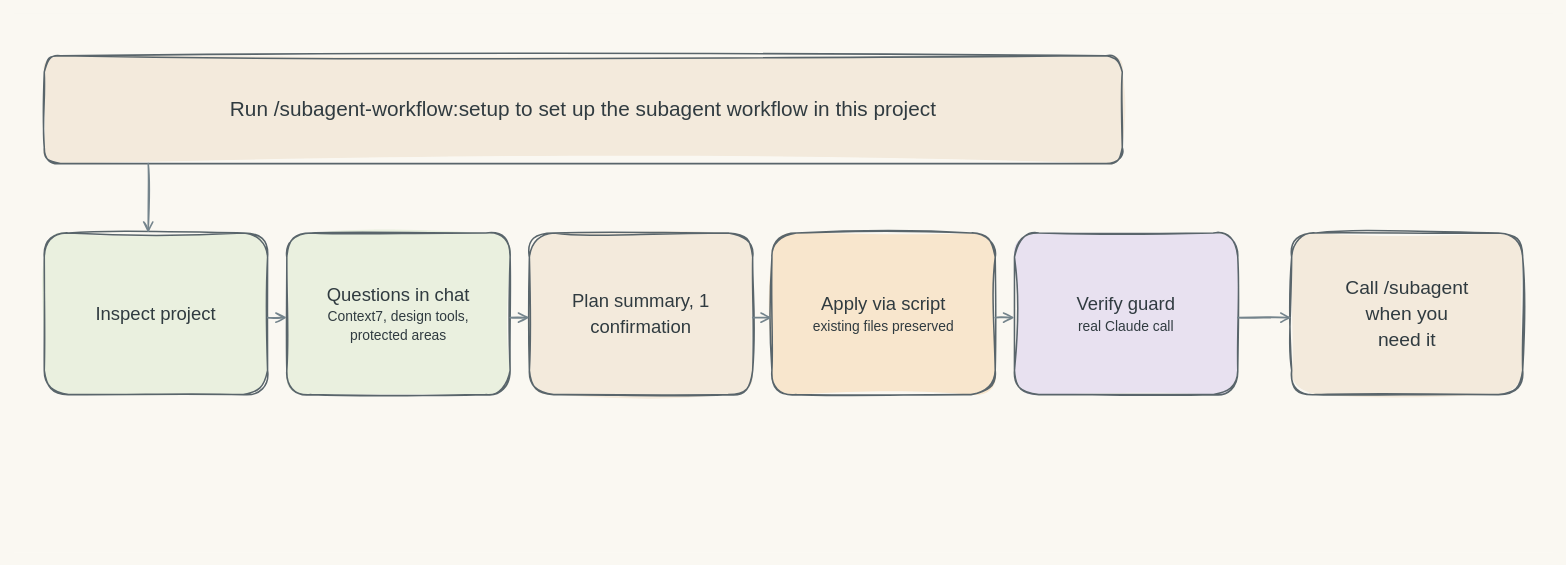
Earlier version of the draw.io diagram page "Installation (en)" (1 of 8) of docs/assets/drawio/all-diagrams.drawio (jbeat30/claude-subagent-workflow). Source tidied: cells renumbered, new cells numbered last; positions are measured from the earlier drawing's top-left corner, leaving out a move shared by most shapes. Both pictures are drawn from the tidied source at 77%, with x=0, y=0 at pixel (13, 13).
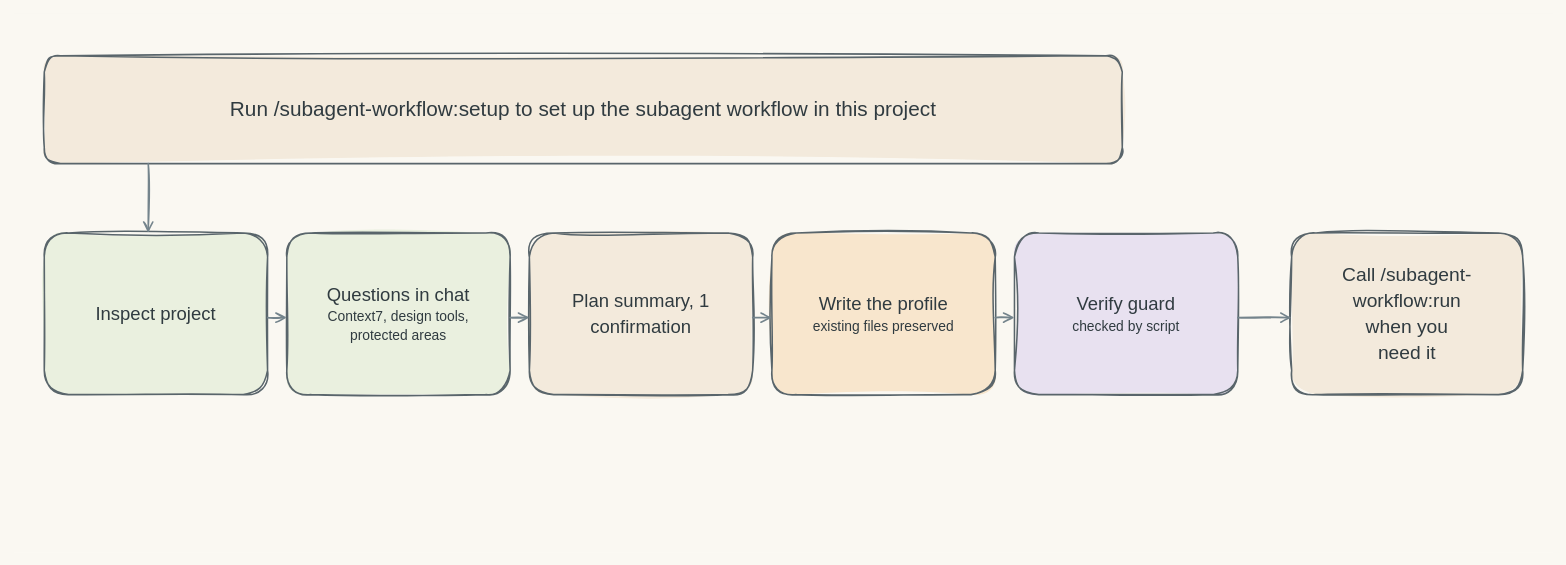
After the change.

Diff of the diagram source:
```diff
@@
-    <mxCell id="7" value="&lt;div style=&quot;font-size:24.0px;font-weight:normal;line-height:1.35;color:#303B40;&quot;&gt;Apply via script&lt;/div&gt;&lt;div style=&quot;font-size:18.0px;font-weight:normal;line-height:1.35;color:#303B40;&quot;&gt;existing files preserved&lt;/div&gt;" style="whiteSpace=wrap;html=1;align=center;verticalAlign=middle;fontFamily=Malgun Gothic;fontColor=#303B40;fillColor=#f8e6cd;spacing=12;rounded=1;sketch=1;jiggle=2;strokeWidth=2;strokeColor=#59656b;fillOpacity=100;opacity=100;fillStyle=solid;gradientColor=none;glass=0;fontStyle=0;" parent="1" vertex="1">
+    <mxCell id="7" value="&lt;div style=&quot;font-size:24.0px;font-weight:normal;line-height:1.35;color:#303B40;&quot;&gt;Write the profile&lt;/div&gt;&lt;div style=&quot;font-size:18.0px;font-weight:normal;line-height:1.35;color:#303B40;&quot;&gt;existing files preserved&lt;/div&gt;" style="whiteSpace=wrap;html=1;align=center;verticalAlign=middle;fontFamily=Malgun Gothic;fontColor=#303B40;fillColor=#f8e6cd;spacing=12;rounded=1;sketch=1;jiggle=2;strokeWidth=2;strokeColor=#59656b;fillOpacity=100;opacity=100;fillStyle=solid;gradientColor=none;glass=0;fontStyle=0;" parent="1" vertex="1">
       <mxGeometry x="985" y="285" width="290" height="210" as="geometry" />
     </mxCell>
-    <mxCell id="8" value="&lt;div style=&quot;font-size:24.0px;font-weight:normal;line-height:1.35;color:#303B40;&quot;&gt;Verify guard&lt;/div&gt;&lt;div style=&quot;font-size:18.0px;font-weight:normal;line-height:1.35;color:#303B40;&quot;&gt;real Claude call&lt;/div&gt;" style="whiteSpace=wrap;html=1;align=center;verticalAlign=middle;fontFamily=Malgun Gothic;fontColor=#303B40;fillColor=#e8e1f0;spacing=12;rounded=1;sketch=1;jiggle=2;strokeWidth=2;strokeColor=#59656b;fillOpacity=100;opacity=100;fillStyle=solid;gradientColor=none;glass=0;fontStyle=0;" parent="1" vertex="1">
+    <mxCell id="8" value="&lt;div style=&quot;font-size:24.0px;font-weight:normal;line-height:1.35;color:#303B40;&quot;&gt;Verify guard&lt;/div&gt;&lt;div style=&quot;font-size:18.0px;font-weight:normal;line-height:1.35;color:#303B40;&quot;&gt;checked by script&lt;/div&gt;" style="whiteSpace=wrap;html=1;align=center;verticalAlign=middle;fontFamily=Malgun Gothic;fontColor=#303B40;fillColor=#e8e1f0;spacing=12;rounded=1;sketch=1;jiggle=2;strokeWidth=2;strokeColor=#59656b;fillOpacity=100;opacity=100;fillStyle=solid;gradientColor=none;glass=0;fontStyle=0;" parent="1" vertex="1">
       <mxGeometry x="1300" y="285" width="290" height="210" as="geometry" />
     </mxCell>
-    <mxCell id="9" value="&lt;div style=&quot;font-size:25.0px;font-weight:normal;line-height:1.35;color:#303B40;&quot;&gt;Call /subagent&lt;/div&gt;&lt;div style=&quot;font-size:25.0px;font-weight:normal;line-height:1.35;color:#303B40;&quot;&gt;when you&lt;/div&gt;&lt;div style=&quot;font-size:25.0px;font-weight:normal;line-height:1.35;color:#303B40;&quot;&gt;need it&lt;/div&gt;" style="whiteSpace=wrap;html=1;align=center;verticalAlign=middle;fontFamily=Malgun Gothic;fontColor=#303B40;fillColor=#f3eadc;spacing=12;rounded=1;sketch=1;jiggle=2;strokeWidth=2;strokeColor=#59656b;fillOpacity=100;opacity=100;fillStyle=solid;gradientColor=none;glass=0;fontStyle=0;" parent="1" vertex="1">
+    <mxCell id="9" value="&lt;div style=&quot;font-size:25.0px;font-weight:normal;line-height:1.35;color:#303B40;&quot;&gt;Call /subagent-workflow:run&lt;/div&gt;&lt;div style=&quot;font-size:25.0px;font-weight:normal;line-height:1.35;color:#303B40;&quot;&gt;when you&lt;/div&gt;&lt;div style=&quot;font-size:25.0px;font-weight:normal;line-height:1.35;color:#303B40;&quot;&gt;need it&lt;/div&gt;" style="whiteSpace=wrap;html=1;align=center;verticalAlign=middle;fontFamily=Malgun Gothic;fontColor=#303B40;fillColor=#f3eadc;spacing=12;rounded=1;sketch=1;jiggle=2;strokeWidth=2;strokeColor=#59656b;fillOpacity=100;opacity=100;fillStyle=solid;gradientColor=none;glass=0;fontStyle=0;" parent="1" vertex="1">
       <mxGeometry x="1660" y="285" width="300" height="210" as="geometry" />
     </mxCell>
```
